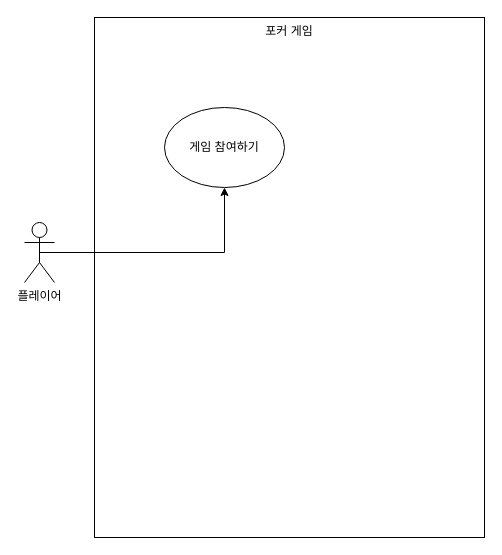
This is Untitled Diagram.drawio from seonmin8284/Poker, a draw.io file, before an edit. Source tidied: cells renumbered, new cells numbered last; positions are measured from the earlier drawing's top-left corner, leaving out a move shared by most shapes. Both pictures are drawn from the tidied source at 100%, with x=0, y=0 at pixel (24, 17).
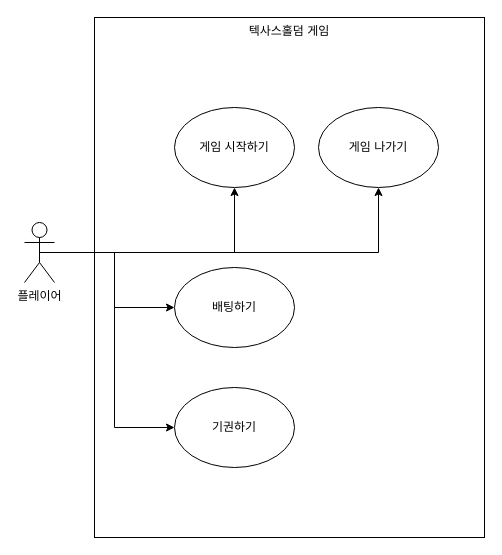
After the change.

The edit, as a diff of the source:
```diff
@@
 <mxGraphModel>
   <root>
     <mxCell id="0" />
     <mxCell id="1" parent="0" />
-    <mxCell id="2" value="포커 게임" style="rounded=0;whiteSpace=wrap;html=1;verticalAlign=top;" parent="1" vertex="1">
+    <mxCell id="2" value="텍사스홀덤 게임" style="rounded=0;whiteSpace=wrap;html=1;verticalAlign=top;" parent="1" vertex="1">
       <mxGeometry x="70" width="390" height="520" as="geometry" />
     </mxCell>
+    <mxCell id="6" style="edgeStyle=orthogonalEdgeStyle;rounded=0;jettySize=auto;html=1;exitX=0.5;exitY=0.5;exitDx=0;exitDy=0;exitPerimeter=0;" parent="1" edge="1" source="3" target="11">
+      <mxGeometry relative="1" as="geometry" />
+    </mxCell>
+    <mxCell id="7" style="edgeStyle=orthogonalEdgeStyle;rounded=0;jettySize=auto;html=1;entryX=0;entryY=0.5;entryDx=0;entryDy=0;" parent="1" edge="1" source="3" target="9">
+      <mxGeometry relative="1" as="geometry" />
+    </mxCell>
+    <mxCell id="8" style="edgeStyle=orthogonalEdgeStyle;rounded=0;jettySize=auto;html=1;entryX=0;entryY=0.5;entryDx=0;entryDy=0;" parent="1" edge="1" source="3" target="10">
+      <mxGeometry relative="1" as="geometry" />
+    </mxCell>
     <mxCell id="3" value="플레이어" style="shape=umlActor;verticalLabelPosition=bottom;verticalAlign=top;html=1;outlineConnect=0;" parent="1" vertex="1">
       <mxGeometry y="205" width="30" height="60" as="geometry" />
     </mxCell>
     <mxCell id="4" style="edgeStyle=orthogonalEdgeStyle;rounded=0;jettySize=auto;html=1;endArrow=classic;endFill=1;exitX=0.5;exitY=0.5;exitDx=0;exitDy=0;exitPerimeter=0;" parent="1" edge="1" source="3" target="5">
       <mxGeometry relative="1" as="geometry">
         <Array as="points">
-          <mxPoint x="200" y="235" />
+          <mxPoint x="210" y="235" />
         </Array>
       </mxGeometry>
     </mxCell>
-    <mxCell id="5" value="게임 참여하기" style="ellipse;whiteSpace=wrap;html=1;" parent="1" vertex="1">
-      <mxGeometry x="140" y="90" width="120" height="80" as="geometry" />
+    <mxCell id="5" value="게임 시작하기" style="ellipse;whiteSpace=wrap;html=1;" parent="1" vertex="1">
+      <mxGeometry x="150" y="90" width="120" height="80" as="geometry" />
     </mxCell>
+    <mxCell id="9" value="배팅하기" style="ellipse;whiteSpace=wrap;html=1;" parent="1" vertex="1">
+      <mxGeometry x="150" y="250" width="120" height="80" as="geometry" />
+    </mxCell>
+    <mxCell id="10" value="기권하기" style="ellipse;whiteSpace=wrap;html=1;" parent="1" vertex="1">
+      <mxGeometry x="150" y="370" width="120" height="80" as="geometry" />
+    </mxCell>
+    <mxCell id="11" value="게임 나가기" style="ellipse;whiteSpace=wrap;html=1;" parent="1" vertex="1">
+      <mxGeometry x="294" y="90" width="120" height="80" as="geometry" />
+    </mxCell>
   </root>
 </mxGraphModel>
```
